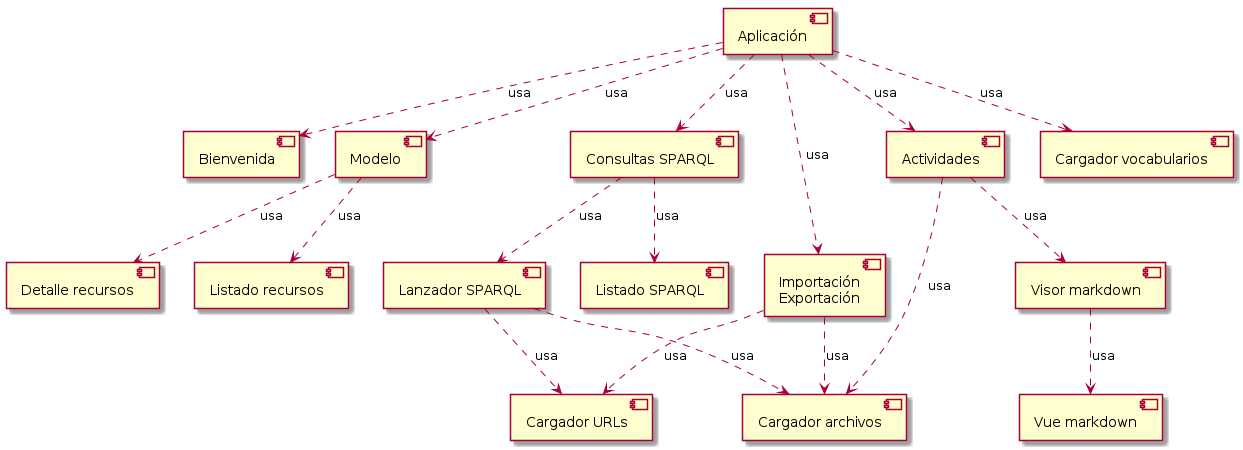
Before: docs/Memoria/img/componentes.png, a diagram exported from PlantUML (predicador37/rdf-editor). The source it was exported from:
```plantuml
@startuml
skinparam componentStyle uml2
[Aplicación]
[Bienvenida]
[Modelo]
[Importación\n Exportación] as imp
[Consultas SPARQL]
[Actividades]
[Listado recursos]
[Detalle recursos]
[Lanzador SPARQL]
[Listado SPARQL]
[Cargador archivos]
[Cargador URLs]
[Cargador vocabularios] as vocab
[Visor markdown]
[Vue markdown]

[Aplicación]..> [Bienvenida] : usa
[Aplicación]..> [Modelo] : usa
[Aplicación]..> imp : usa
imp ..> [Cargador archivos]: usa
imp ..> [Cargador URLs]: usa
[Aplicación]..> [Consultas SPARQL] : usa
[Aplicación]..> vocab : usa
[Aplicación]..> [Actividades] : usa
[Modelo] ..> [Listado recursos] : usa
[Modelo] ..> [Detalle recursos] : usa
[Consultas SPARQL]..> [Lanzador SPARQL] : usa
[Consultas SPARQL]..> [Listado SPARQL] : usa
[Actividades]..> [Visor markdown] : usa
[Actividades]..> [Cargador archivos] : usa
[Lanzador SPARQL]..> [Cargador archivos]: usa
[Lanzador SPARQL]..> [Cargador URLs]: usa
[Visor markdown]..> [Vue markdown] : usa

@enduml
```
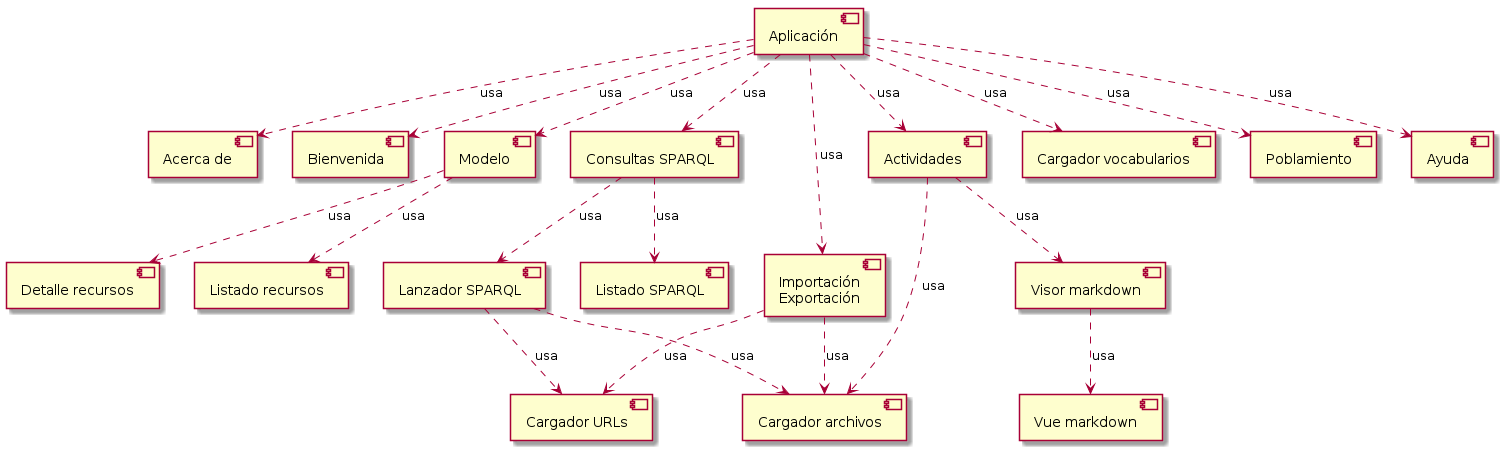
The same file after the commit.

The edit, as a diff of the source:
```diff
@@ -1,6 +1,7 @@
 @startuml
 skinparam componentStyle uml2
 [Aplicación]
+[Acerca de]
 [Bienvenida]
 [Modelo]
 [Importación\n Exportación] as imp
@@ -13,12 +14,16 @@
 [Cargador archivos]
 [Cargador URLs]
 [Cargador vocabularios] as vocab
+[Poblamiento]
 [Visor markdown]
 [Vue markdown]
 
 [Aplicación]..> [Bienvenida] : usa
 [Aplicación]..> [Modelo] : usa
 [Aplicación]..> imp : usa
+[Aplicación]..> [Acerca de] : usa
+[Aplicación]..> [Ayuda] : usa
+[Aplicación]..> [Poblamiento] : usa
 imp ..> [Cargador archivos]: usa
 imp ..> [Cargador URLs]: usa
 [Aplicación]..> [Consultas SPARQL] : usa
```
